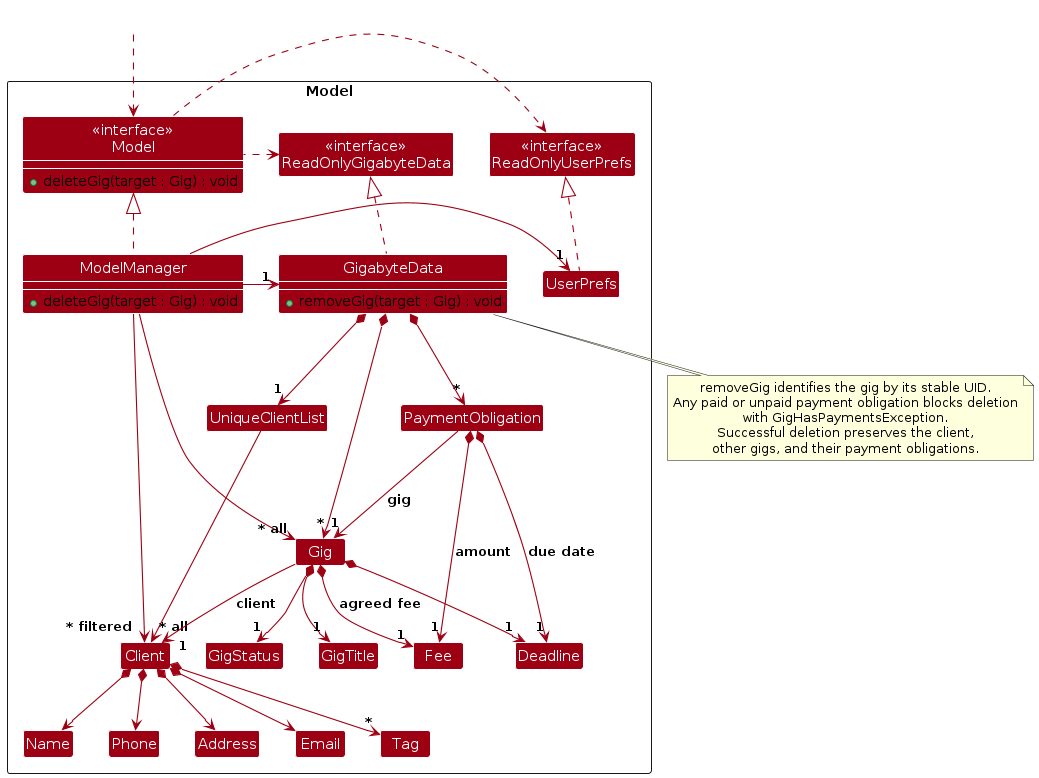
AY2627S1-CS2103T-W14-4/tp keeps this PlantUML diagram as diagrams/ModelClassDiagram.png. Above is the earlier version. Its source is kept beside it as diagrams/ModelClassDiagram.puml.
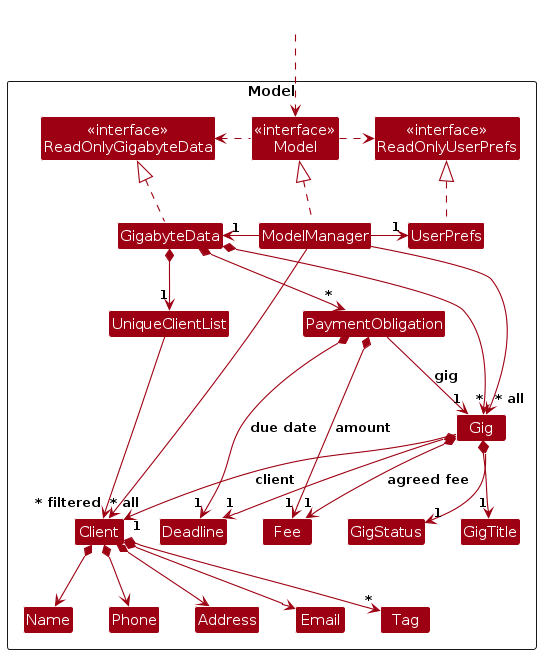
Above is the later version.

The edit, as a diff of the source:
```diff
@@ -7,15 +7,9 @@
 Package Model as ModelPackage <<Rectangle>>{
 Class "<<interface>>\nReadOnlyGigabyteData" as ReadOnlyGigabyteData
 Class "<<interface>>\nReadOnlyUserPrefs" as ReadOnlyUserPrefs
-Class "<<interface>>\nModel" as Model {
-    +deleteGig(target : Gig) : void
-}
-Class GigabyteData {
-    +removeGig(target : Gig) : void
-}
-Class ModelManager {
-    +deleteGig(target : Gig) : void
-}
+Class "<<interface>>\nModel" as Model
+Class GigabyteData
+Class ModelManager
 Class UserPrefs
 
 Class UniqueClientList
@@ -75,14 +69,4 @@
 ModelManager --> "~* filtered" Client
 ModelManager --> "~* all" Gig
 
-note bottom of GigabyteData
-  removeGig identifies the gig by its stable UID.
-  Any paid or unpaid payment obligation blocks deletion
-  with GigHasPaymentsException.
-  Successful deletion preserves the client,
-  other gigs, and their payment obligations.
-end note
-show Model members
-show ModelManager members
-show GigabyteData members
 @enduml
```
